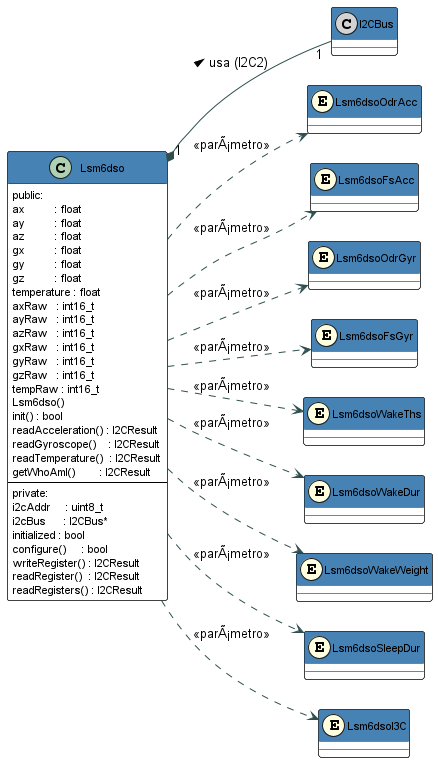
Before: docs/06 UMLs/lsm6dso_class.png, a diagram exported from PlantUML (AgustinPessina00/TPP-IntelliFence). The source it was exported from:
```plantuml
@startuml lsm6dso_class

skinparam classAttributeIconSize 0
skinparam class {
    BackgroundColor White
    BorderColor Black
    HeaderBackgroundColor SteelBlue
    HeaderFontColor White
    FontSize 12
    AttributeFontSize 11
}
skinparam enum {
    BackgroundColor LightYellow
    BorderColor DarkGoldenRod
}
skinparam ArrowColor DarkSlateGray
left to right direction
skinparam nodesep 30
skinparam ranksep 50

together {
    enum Lsm6dsoOdrAcc << (E,LightYellow) >> {
    }

    enum Lsm6dsoFsAcc << (E,LightYellow) >> {
    }

    enum Lsm6dsoOdrGyr << (E,LightYellow) >> {
    }
}

together {
    enum Lsm6dsoFsGyr << (E,LightYellow) >> {
    }

    enum Lsm6dsoWakeThs << (E,LightYellow) >> {
    }

    enum Lsm6dsoWakeDur << (E,LightYellow) >> {
    }
}

together {
    enum Lsm6dsoWakeWeight << (E,LightYellow) >> {
    }

    enum Lsm6dsoSleepDur << (E,LightYellow) >> {
    }

    enum Lsm6dsoI3C << (E,LightYellow) >> {
    }
}

class I2CBus << (C,LightGray) >>

class Lsm6dso {
    public:
    ax          : float
    ay          : float
    az          : float
    gx          : float
    gy          : float
    gz          : float
    temperature : float
    axRaw   : int16_t
    ayRaw   : int16_t
    azRaw   : int16_t
    gxRaw   : int16_t
    gyRaw   : int16_t
    gzRaw   : int16_t
    tempRaw : int16_t
    Lsm6dso()
    init() : bool
    readAcceleration() : I2CResult
    readGyroscope()    : I2CResult
    readTemperature()  : I2CResult
    getWhoAmI()        : I2CResult
    --
    private:
    i2cAddr     : uint8_t
    i2cBus      : I2CBus*
    initialized : bool
    configure()     : bool
    writeRegister() : I2CResult
    readRegister()  : I2CResult
    readRegisters() : I2CResult
}

Lsm6dso "1" *-- "1"  I2CBus         : usa (I2C2) >
Lsm6dso ..>  Lsm6dsoOdrAcc     : <<parÃ¡metro>>
Lsm6dso ..>  Lsm6dsoFsAcc      : <<parÃ¡metro>>
Lsm6dso ..>  Lsm6dsoOdrGyr     : <<parÃ¡metro>>
Lsm6dso ..>  Lsm6dsoFsGyr      : <<parÃ¡metro>>
Lsm6dso ..>  Lsm6dsoWakeThs    : <<parÃ¡metro>>
Lsm6dso ..>  Lsm6dsoWakeDur    : <<parÃ¡metro>>
Lsm6dso ..>  Lsm6dsoWakeWeight : <<parÃ¡metro>>
Lsm6dso ..>  Lsm6dsoSleepDur   : <<parÃ¡metro>>
Lsm6dso ..>  Lsm6dsoI3C        : <<parÃ¡metro>>

@enduml
```
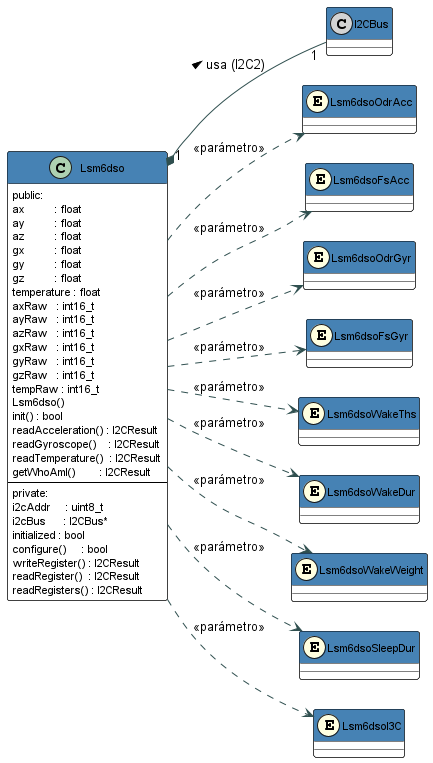
After the change.

The edit, as a diff of the source:
```diff
@@ -87,14 +87,14 @@
 }
 
 Lsm6dso "1" *-- "1"  I2CBus         : usa (I2C2) >
-Lsm6dso ..>  Lsm6dsoOdrAcc     : <<parÃ¡metro>>
-Lsm6dso ..>  Lsm6dsoFsAcc      : <<parÃ¡metro>>
-Lsm6dso ..>  Lsm6dsoOdrGyr     : <<parÃ¡metro>>
-Lsm6dso ..>  Lsm6dsoFsGyr      : <<parÃ¡metro>>
-Lsm6dso ..>  Lsm6dsoWakeThs    : <<parÃ¡metro>>
-Lsm6dso ..>  Lsm6dsoWakeDur    : <<parÃ¡metro>>
-Lsm6dso ..>  Lsm6dsoWakeWeight : <<parÃ¡metro>>
-Lsm6dso ..>  Lsm6dsoSleepDur   : <<parÃ¡metro>>
-Lsm6dso ..>  Lsm6dsoI3C        : <<parÃ¡metro>>
+Lsm6dso ..>  Lsm6dsoOdrAcc     : <<parámetro>>
+Lsm6dso ..>  Lsm6dsoFsAcc      : <<parámetro>>
+Lsm6dso ..>  Lsm6dsoOdrGyr     : <<parámetro>>
+Lsm6dso ..>  Lsm6dsoFsGyr      : <<parámetro>>
+Lsm6dso ..>  Lsm6dsoWakeThs    : <<parámetro>>
+Lsm6dso ..>  Lsm6dsoWakeDur    : <<parámetro>>
+Lsm6dso ..>  Lsm6dsoWakeWeight : <<parámetro>>
+Lsm6dso ..>  Lsm6dsoSleepDur   : <<parámetro>>
+Lsm6dso ..>  Lsm6dsoI3C        : <<parámetro>>
 
 @enduml
```
